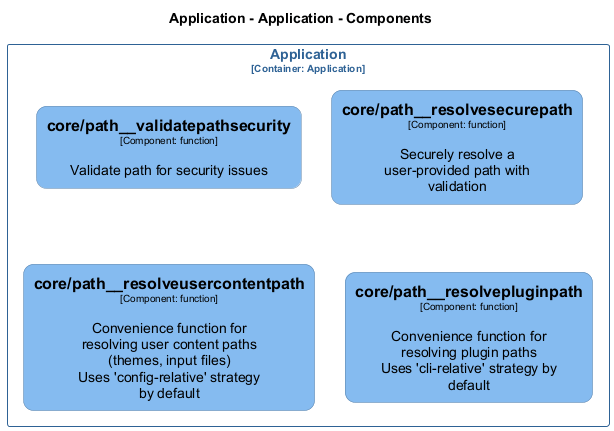
Before: src/templates/docs/architecture/diagrams/structurizr-Classes_default_container__core_path.png, a diagram exported from PlantUML (chrislyons-dev/archlette). Source of this version:
```plantuml
@startuml
set separator none
title Application - Application - Components

top to bottom direction
skinparam ranksep 60
skinparam nodesep 30

skinparam {
  arrowFontSize 10
  defaultTextAlignment center
  wrapWidth 200
  maxMessageSize 100
  defaultFontName "Arial"
}

hide stereotype

skinparam rectangle<<Application.Application.corepath__resolvepluginpath>> {
  BackgroundColor #85bbf0
  FontColor #000000
  BorderColor #5d82a8
  roundCorner 20
  shadowing false
}
skinparam rectangle<<Application.Application.corepath__resolvesecurepath>> {
  BackgroundColor #85bbf0
  FontColor #000000
  BorderColor #5d82a8
  roundCorner 20
  shadowing false
}
skinparam rectangle<<Application.Application.corepath__resolveusercontentpath>> {
  BackgroundColor #85bbf0
  FontColor #000000
  BorderColor #5d82a8
  roundCorner 20
  shadowing false
}
skinparam rectangle<<Application.Application.corepath__validatepathsecurity>> {
  BackgroundColor #85bbf0
  FontColor #000000
  BorderColor #5d82a8
  roundCorner 20
  shadowing false
}
skinparam rectangle<<Application.Application>> {
  BorderColor #2e6295
  FontColor #2e6295
  shadowing false
}

rectangle "Application\n<size:10>[Container: Application]</size>" <<Application.Application>> {
  rectangle "==core/path__validatepathsecurity\n<size:10>[Component: function]</size>\n\nValidate path for security issues" <<Application.Application.corepath__validatepathsecurity>> as Application.Application.corepath__validatepathsecurity
  rectangle "==core/path__resolvesecurepath\n<size:10>[Component: function]</size>\n\nSecurely resolve a user-provided path with validation" <<Application.Application.corepath__resolvesecurepath>> as Application.Application.corepath__resolvesecurepath
  rectangle "==core/path__resolveusercontentpath\n<size:10>[Component: function]</size>\n\nConvenience function for resolving user content paths (themes, input files)\nUses 'config-relative' strategy by default" <<Application.Application.corepath__resolveusercontentpath>> as Application.Application.corepath__resolveusercontentpath
  rectangle "==core/path__resolvepluginpath\n<size:10>[Component: function]</size>\n\nConvenience function for resolving plugin paths\nUses 'cli-relative' strategy by default" <<Application.Application.corepath__resolvepluginpath>> as Application.Application.corepath__resolvepluginpath
}

@enduml
```
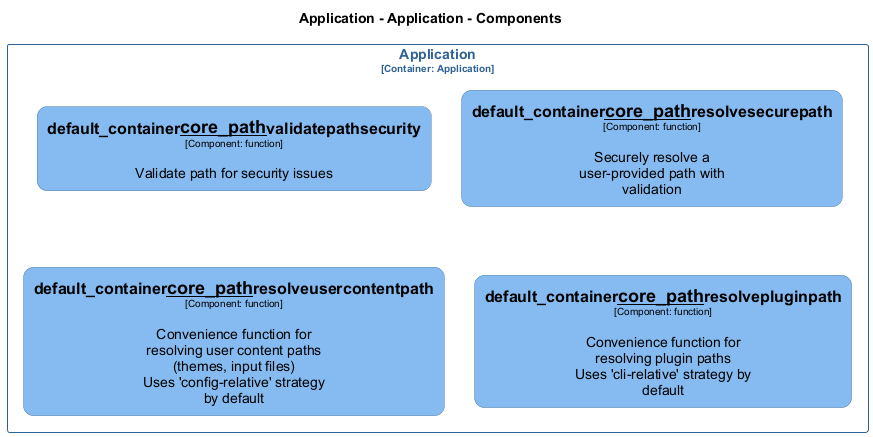
Later version of the same file.

What changed in the source:
```diff
@@ -16,28 +16,28 @@
 
 hide stereotype
 
-skinparam rectangle<<Application.Application.corepath__resolvepluginpath>> {
+skinparam rectangle<<Application.Application.default_container__core_path__resolvepluginpath>> {
   BackgroundColor #85bbf0
   FontColor #000000
   BorderColor #5d82a8
   roundCorner 20
   shadowing false
 }
-skinparam rectangle<<Application.Application.corepath__resolvesecurepath>> {
+skinparam rectangle<<Application.Application.default_container__core_path__resolvesecurepath>> {
   BackgroundColor #85bbf0
   FontColor #000000
   BorderColor #5d82a8
   roundCorner 20
   shadowing false
 }
-skinparam rectangle<<Application.Application.corepath__resolveusercontentpath>> {
+skinparam rectangle<<Application.Application.default_container__core_path__resolveusercontentpath>> {
   BackgroundColor #85bbf0
   FontColor #000000
   BorderColor #5d82a8
   roundCorner 20
   shadowing false
 }
-skinparam rectangle<<Application.Application.corepath__validatepathsecurity>> {
+skinparam rectangle<<Application.Application.default_container__core_path__validatepathsecurity>> {
   BackgroundColor #85bbf0
   FontColor #000000
   BorderColor #5d82a8
@@ -51,10 +51,10 @@
 }
 
 rectangle "Application\n<size:10>[Container: Application]</size>" <<Application.Application>> {
-  rectangle "==core/path__validatepathsecurity\n<size:10>[Component: function]</size>\n\nValidate path for security issues" <<Application.Application.corepath__validatepathsecurity>> as Application.Application.corepath__validatepathsecurity
-  rectangle "==core/path__resolvesecurepath\n<size:10>[Component: function]</size>\n\nSecurely resolve a user-provided path with validation" <<Application.Application.corepath__resolvesecurepath>> as Application.Application.corepath__resolvesecurepath
-  rectangle "==core/path__resolveusercontentpath\n<size:10>[Component: function]</size>\n\nConvenience function for resolving user content paths (themes, input files)\nUses 'config-relative' strategy by default" <<Application.Application.corepath__resolveusercontentpath>> as Application.Application.corepath__resolveusercontentpath
-  rectangle "==core/path__resolvepluginpath\n<size:10>[Component: function]</size>\n\nConvenience function for resolving plugin paths\nUses 'cli-relative' strategy by default" <<Application.Application.corepath__resolvepluginpath>> as Application.Application.corepath__resolvepluginpath
+  rectangle "==default_container__core_path__validatepathsecurity\n<size:10>[Component: function]</size>\n\nValidate path for security issues" <<Application.Application.default_container__core_path__validatepathsecurity>> as Application.Application.default_container__core_path__validatepathsecurity
+  rectangle "==default_container__core_path__resolvesecurepath\n<size:10>[Component: function]</size>\n\nSecurely resolve a user-provided path with validation" <<Application.Application.default_container__core_path__resolvesecurepath>> as Application.Application.default_container__core_path__resolvesecurepath
+  rectangle "==default_container__core_path__resolveusercontentpath\n<size:10>[Component: function]</size>\n\nConvenience function for resolving user content paths (themes, input files)\nUses 'config-relative' strategy by default" <<Application.Application.default_container__core_path__resolveusercontentpath>> as Application.Application.default_container__core_path__resolveusercontentpath
+  rectangle "==default_container__core_path__resolvepluginpath\n<size:10>[Component: function]</size>\n\nConvenience function for resolving plugin paths\nUses 'cli-relative' strategy by default" <<Application.Application.default_container__core_path__resolvepluginpath>> as Application.Application.default_container__core_path__resolvepluginpath
 }
 
 @enduml
```
